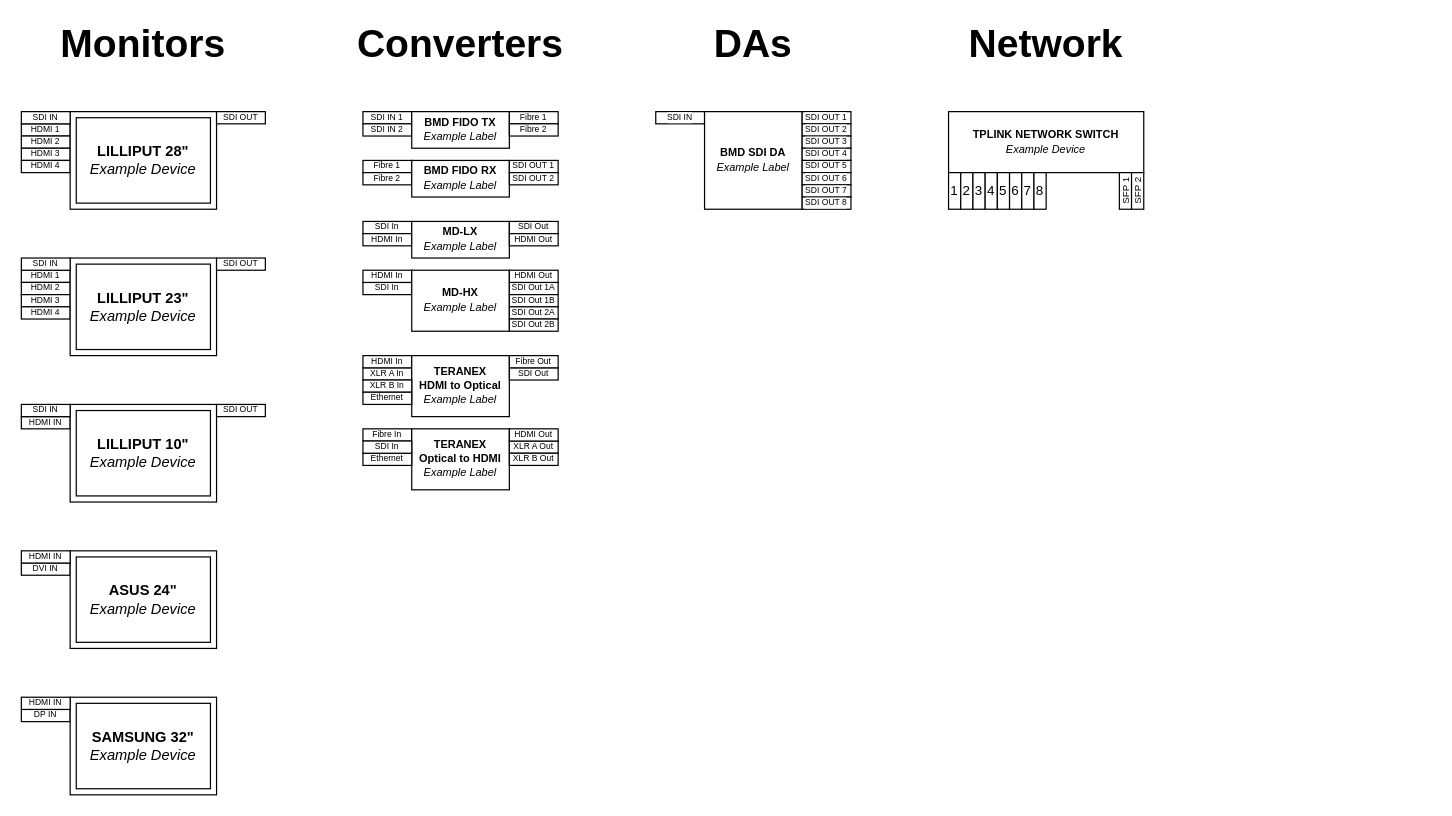
Above: Shapesets/EditShapesetsHere.drawio in dviset/tdc-schema (draw.io), before the change. Source tidied: cells renumbered, new cells numbered last; positions are measured from the earlier drawing's top-left corner, leaving out a move shared by most shapes. Both pictures are drawn from the tidied source at 122%, with x=0, y=0 at pixel (21, 26).
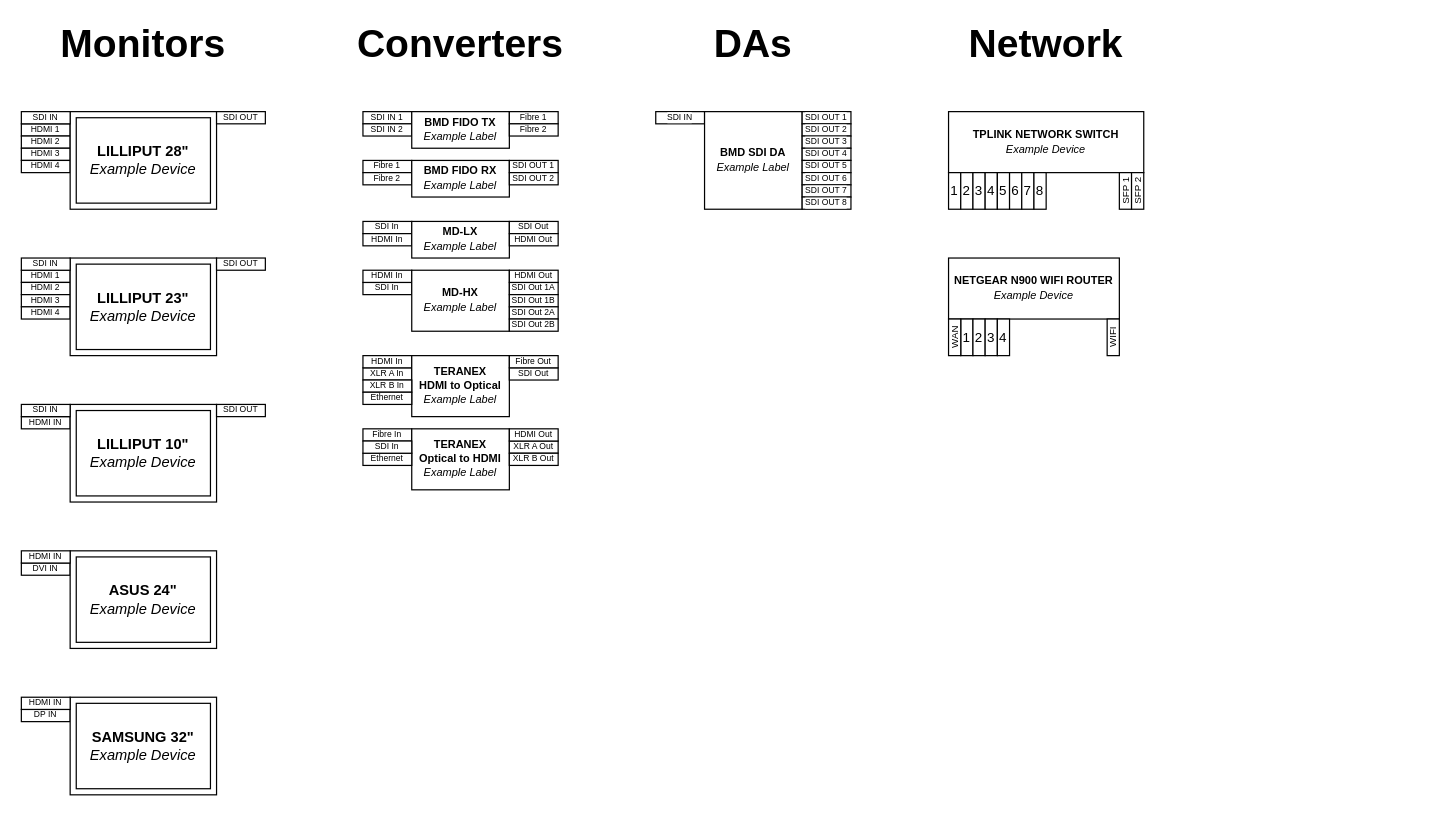
After the change.

Commit message:
Added Network section

The edit, as a diff of the source:
```diff
@@
+    <mxCell id="112" style="group;" parent="1" vertex="1">
+      <mxGeometry x="760" y="190" width="140" height="80" as="geometry" />
+    </mxCell>
+    <mxCell id="113" value="&lt;p style=&quot;line-height: 130%; font-size: 9px;&quot;&gt;&lt;b&gt;NETGEAR N900 WIFI ROUTER&lt;/b&gt;&lt;br&gt;&lt;i&gt;Example Device&lt;/i&gt;&lt;/p&gt;" style="rounded=0;whiteSpace=wrap;html=1;fontSize=8;fontFamily=Helvetica;fontColor=default;labelBackgroundColor=none;" parent="112" vertex="1">
+      <mxGeometry width="140" height="50" as="geometry" />
+    </mxCell>
+    <mxCell id="114" value="1" style="rounded=0;whiteSpace=wrap;html=1;fontFamily=Helvetica;fontSize=11;fontColor=default;labelBackgroundColor=default;fontStyle=0;" parent="112" vertex="1">
+      <mxGeometry x="10" y="50" width="10" height="30" as="geometry" />
+    </mxCell>
+    <mxCell id="115" value="2" style="rounded=0;whiteSpace=wrap;html=1;fontFamily=Helvetica;fontSize=11;fontColor=default;labelBackgroundColor=default;" parent="112" vertex="1">
+      <mxGeometry x="20" y="50" width="10" height="30" as="geometry" />
+    </mxCell>
+    <mxCell id="116" value="3" style="rounded=0;whiteSpace=wrap;html=1;fontFamily=Helvetica;fontSize=11;fontColor=default;labelBackgroundColor=default;" parent="112" vertex="1">
+      <mxGeometry x="30" y="50" width="10" height="30" as="geometry" />
+    </mxCell>
+    <mxCell id="117" value="4" style="rounded=0;whiteSpace=wrap;html=1;fontFamily=Helvetica;fontSize=11;fontColor=default;labelBackgroundColor=default;" parent="112" vertex="1">
+      <mxGeometry x="40" y="50" width="10" height="30" as="geometry" />
+    </mxCell>
+    <mxCell id="118" value="WIFI" style="whiteSpace=wrap;html=1;fontFamily=Helvetica;fontSize=8;fontColor=default;labelBackgroundColor=none;rotation=-90;" parent="112" vertex="1">
+      <mxGeometry x="120" y="60" width="30" height="10" as="geometry" />
+    </mxCell>
+    <mxCell id="119" value="WAN" style="whiteSpace=wrap;html=1;fontFamily=Helvetica;fontSize=8;fontColor=default;labelBackgroundColor=none;rotation=-90;" parent="112" vertex="1">
+      <mxGeometry x="-10" y="60" width="30" height="10" as="geometry" />
+    </mxCell>
```
